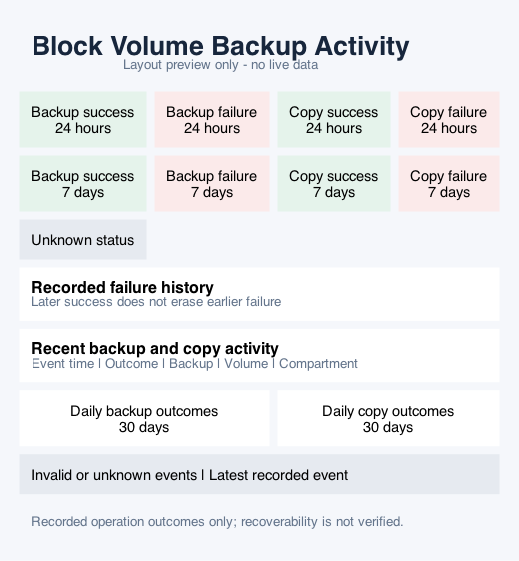
This is dashboards/backup-activity-preview.png from aszynkow/oci_dashboards, a Graphviz export, as it was before one commit. Its source is kept beside it as dashboards/backup-activity-preview.dot. Source of this version:
```dot
digraph Preview {
 graph [bgcolor="#F5F7FB",pad="0.12",dpi=96];
 node [shape=plain,fontname="Helvetica"];
 dashboard [label=<<TABLE BORDER="0" CELLBORDER="0" CELLSPACING="6" CELLPADDING="9" BGCOLOR="#F5F7FB">
  <TR><TD COLSPAN="4" ALIGN="LEFT"><FONT POINT-SIZE="20" COLOR="#17263C"><B>Block Volume Backup Activity</B></FONT><BR ALIGN="LEFT"/><FONT POINT-SIZE="10" COLOR="#63748B">Layout preview only - no live data</FONT></TD></TR>
  <TR><TD BGCOLOR="#E5F3EB"><FONT POINT-SIZE="11">Backup success<BR/>24 hours</FONT></TD><TD BGCOLOR="#FBEAEA"><FONT POINT-SIZE="11">Backup failure<BR/>24 hours</FONT></TD><TD BGCOLOR="#E5F3EB"><FONT POINT-SIZE="11">Copy success<BR/>24 hours</FONT></TD><TD BGCOLOR="#FBEAEA"><FONT POINT-SIZE="11">Copy failure<BR/>24 hours</FONT></TD></TR>
  <TR><TD BGCOLOR="#E5F3EB"><FONT POINT-SIZE="11">Backup success<BR/>7 days</FONT></TD><TD BGCOLOR="#FBEAEA"><FONT POINT-SIZE="11">Backup failure<BR/>7 days</FONT></TD><TD BGCOLOR="#E5F3EB"><FONT POINT-SIZE="11">Copy success<BR/>7 days</FONT></TD><TD BGCOLOR="#FBEAEA"><FONT POINT-SIZE="11">Copy failure<BR/>7 days</FONT></TD></TR>
  <TR><TD BGCOLOR="#E6EAF0"><FONT POINT-SIZE="11">Unknown status</FONT></TD><TD COLSPAN="3"></TD></TR>
  <TR><TD COLSPAN="4" BGCOLOR="white" ALIGN="LEFT"><FONT POINT-SIZE="12"><B>Recorded failure history</B></FONT><BR ALIGN="LEFT"/><FONT POINT-SIZE="10" COLOR="#63748B">Later success does not erase earlier failure</FONT></TD></TR>
  <TR><TD COLSPAN="4" BGCOLOR="white" ALIGN="LEFT"><FONT POINT-SIZE="12"><B>Recent backup and copy activity</B></FONT><BR ALIGN="LEFT"/><FONT POINT-SIZE="10" COLOR="#63748B">Event time | Outcome | Backup | Volume | Compartment</FONT></TD></TR>
  <TR><TD COLSPAN="2" BGCOLOR="white"><FONT POINT-SIZE="11">Daily backup outcomes<BR/>30 days</FONT></TD><TD COLSPAN="2" BGCOLOR="white"><FONT POINT-SIZE="11">Daily copy outcomes<BR/>30 days</FONT></TD></TR>
  <TR><TD COLSPAN="4" BGCOLOR="#E6EAF0" ALIGN="LEFT"><FONT POINT-SIZE="11">Invalid or unknown events | Latest recorded event</FONT></TD></TR>
  <TR><TD COLSPAN="4" ALIGN="LEFT"><FONT POINT-SIZE="10" COLOR="#63748B">Recorded operation outcomes only; recoverability is not verified.</FONT></TD></TR>
 </TABLE>>];
}
```
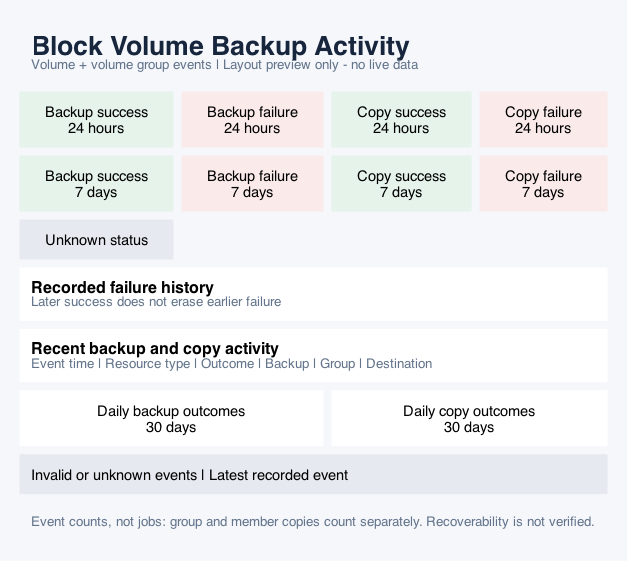
Later version of the same file.

Diff of the diagram source:
```diff
@@ -2,14 +2,14 @@
  graph [bgcolor="#F5F7FB",pad="0.12",dpi=96];
  node [shape=plain,fontname="Helvetica"];
  dashboard [label=<<TABLE BORDER="0" CELLBORDER="0" CELLSPACING="6" CELLPADDING="9" BGCOLOR="#F5F7FB">
-  <TR><TD COLSPAN="4" ALIGN="LEFT"><FONT POINT-SIZE="20" COLOR="#17263C"><B>Block Volume Backup Activity</B></FONT><BR ALIGN="LEFT"/><FONT POINT-SIZE="10" COLOR="#63748B">Layout preview only - no live data</FONT></TD></TR>
+  <TR><TD COLSPAN="4" ALIGN="LEFT"><FONT POINT-SIZE="20" COLOR="#17263C"><B>Block Volume Backup Activity</B></FONT><BR ALIGN="LEFT"/><FONT POINT-SIZE="10" COLOR="#63748B">Volume + volume group events | Layout preview only - no live data</FONT></TD></TR>
   <TR><TD BGCOLOR="#E5F3EB"><FONT POINT-SIZE="11">Backup success<BR/>24 hours</FONT></TD><TD BGCOLOR="#FBEAEA"><FONT POINT-SIZE="11">Backup failure<BR/>24 hours</FONT></TD><TD BGCOLOR="#E5F3EB"><FONT POINT-SIZE="11">Copy success<BR/>24 hours</FONT></TD><TD BGCOLOR="#FBEAEA"><FONT POINT-SIZE="11">Copy failure<BR/>24 hours</FONT></TD></TR>
   <TR><TD BGCOLOR="#E5F3EB"><FONT POINT-SIZE="11">Backup success<BR/>7 days</FONT></TD><TD BGCOLOR="#FBEAEA"><FONT POINT-SIZE="11">Backup failure<BR/>7 days</FONT></TD><TD BGCOLOR="#E5F3EB"><FONT POINT-SIZE="11">Copy success<BR/>7 days</FONT></TD><TD BGCOLOR="#FBEAEA"><FONT POINT-SIZE="11">Copy failure<BR/>7 days</FONT></TD></TR>
   <TR><TD BGCOLOR="#E6EAF0"><FONT POINT-SIZE="11">Unknown status</FONT></TD><TD COLSPAN="3"></TD></TR>
   <TR><TD COLSPAN="4" BGCOLOR="white" ALIGN="LEFT"><FONT POINT-SIZE="12"><B>Recorded failure history</B></FONT><BR ALIGN="LEFT"/><FONT POINT-SIZE="10" COLOR="#63748B">Later success does not erase earlier failure</FONT></TD></TR>
-  <TR><TD COLSPAN="4" BGCOLOR="white" ALIGN="LEFT"><FONT POINT-SIZE="12"><B>Recent backup and copy activity</B></FONT><BR ALIGN="LEFT"/><FONT POINT-SIZE="10" COLOR="#63748B">Event time | Outcome | Backup | Volume | Compartment</FONT></TD></TR>
+  <TR><TD COLSPAN="4" BGCOLOR="white" ALIGN="LEFT"><FONT POINT-SIZE="12"><B>Recent backup and copy activity</B></FONT><BR ALIGN="LEFT"/><FONT POINT-SIZE="10" COLOR="#63748B">Event time | Resource type | Outcome | Backup | Group | Destination</FONT></TD></TR>
   <TR><TD COLSPAN="2" BGCOLOR="white"><FONT POINT-SIZE="11">Daily backup outcomes<BR/>30 days</FONT></TD><TD COLSPAN="2" BGCOLOR="white"><FONT POINT-SIZE="11">Daily copy outcomes<BR/>30 days</FONT></TD></TR>
   <TR><TD COLSPAN="4" BGCOLOR="#E6EAF0" ALIGN="LEFT"><FONT POINT-SIZE="11">Invalid or unknown events | Latest recorded event</FONT></TD></TR>
-  <TR><TD COLSPAN="4" ALIGN="LEFT"><FONT POINT-SIZE="10" COLOR="#63748B">Recorded operation outcomes only; recoverability is not verified.</FONT></TD></TR>
+  <TR><TD COLSPAN="4" ALIGN="LEFT"><FONT POINT-SIZE="10" COLOR="#63748B">Event counts, not jobs: group and member copies count separately. Recoverability is not verified.</FONT></TD></TR>
  </TABLE>>];
 }
```
